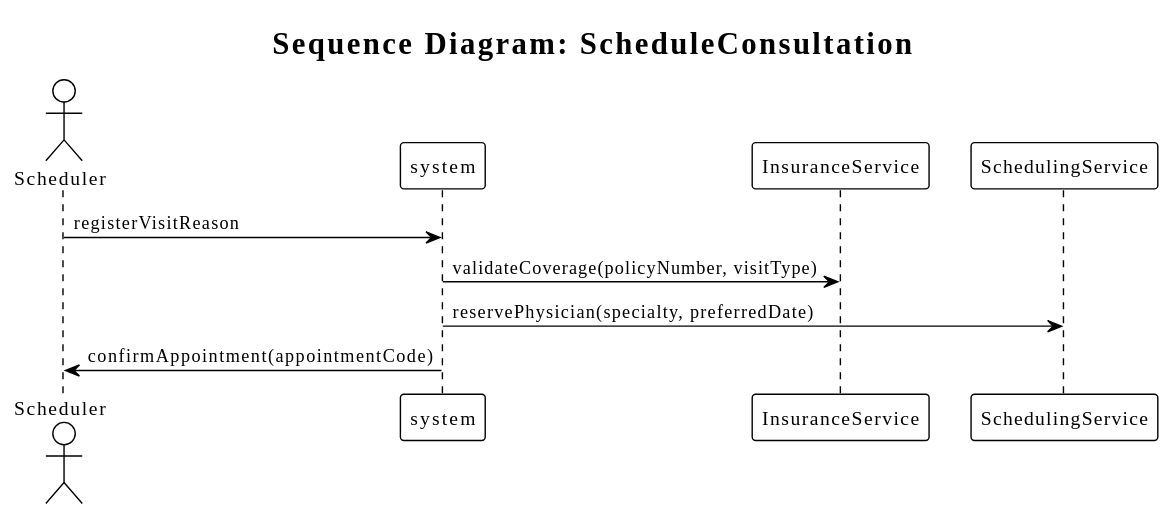
fredoslav2004/modt-core keeps this PlantUML diagram as examples/hospital-operations/generated/sequence/HospitalOperations_ScheduleConsultation.sequence.svg. Above is the earlier version. Its diagram source:
```plantuml
@startuml
title Sequence Diagram: ScheduleConsultation
!theme plain
skinparam classAttributeIconSize 0
actor "Scheduler" as Actor
participant "system" as System
participant "InsuranceService" as InsuranceService
participant "SchedulingService" as SchedulingService

Actor -> System : registerVisitReason
System -> InsuranceService : validateCoverage(policyNumber, visitType)
System -> SchedulingService : reservePhysician(specialty, preferredDate)
System -> Actor : confirmAppointment(appointmentCode)
@enduml
```
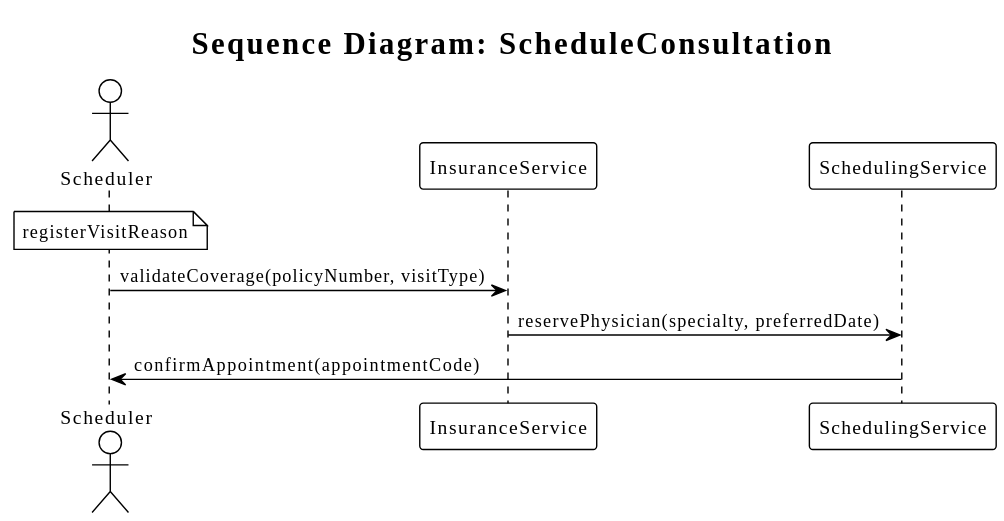
Later version of the same file.

Change to the diagram source:
```diff
@@ -3,12 +3,11 @@
 !theme plain
 skinparam classAttributeIconSize 0
 actor "Scheduler" as Actor
-participant "system" as System
 participant "InsuranceService" as InsuranceService
 participant "SchedulingService" as SchedulingService
 
-Actor -> System : registerVisitReason
-System -> InsuranceService : validateCoverage(policyNumber, visitType)
-System -> SchedulingService : reservePhysician(specialty, preferredDate)
-System -> Actor : confirmAppointment(appointmentCode)
+note over Actor : registerVisitReason
+Actor -> InsuranceService : validateCoverage(policyNumber, visitType)
+InsuranceService -> SchedulingService : reservePhysician(specialty, preferredDate)
+SchedulingService -> Actor : confirmAppointment(appointmentCode)
 @enduml
```
